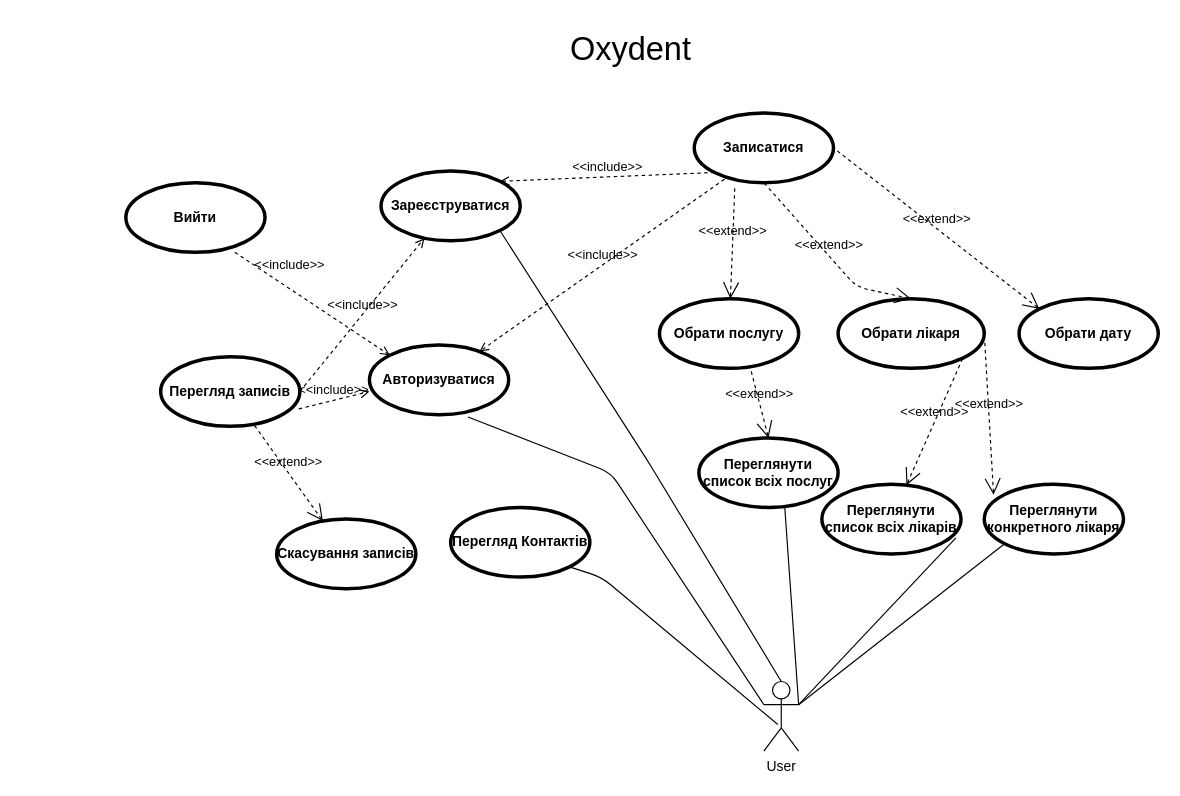
Earlier version of the draw.io diagram Oxydent(use-case).drawio (glebstratiy/diploma). Source tidied: cells renumbered, new cells numbered last; positions are measured from the earlier drawing's top-left corner, leaving out a move shared by most shapes. Both pictures are drawn from the tidied source at 116%, with x=0, y=0 at pixel (125, 20).
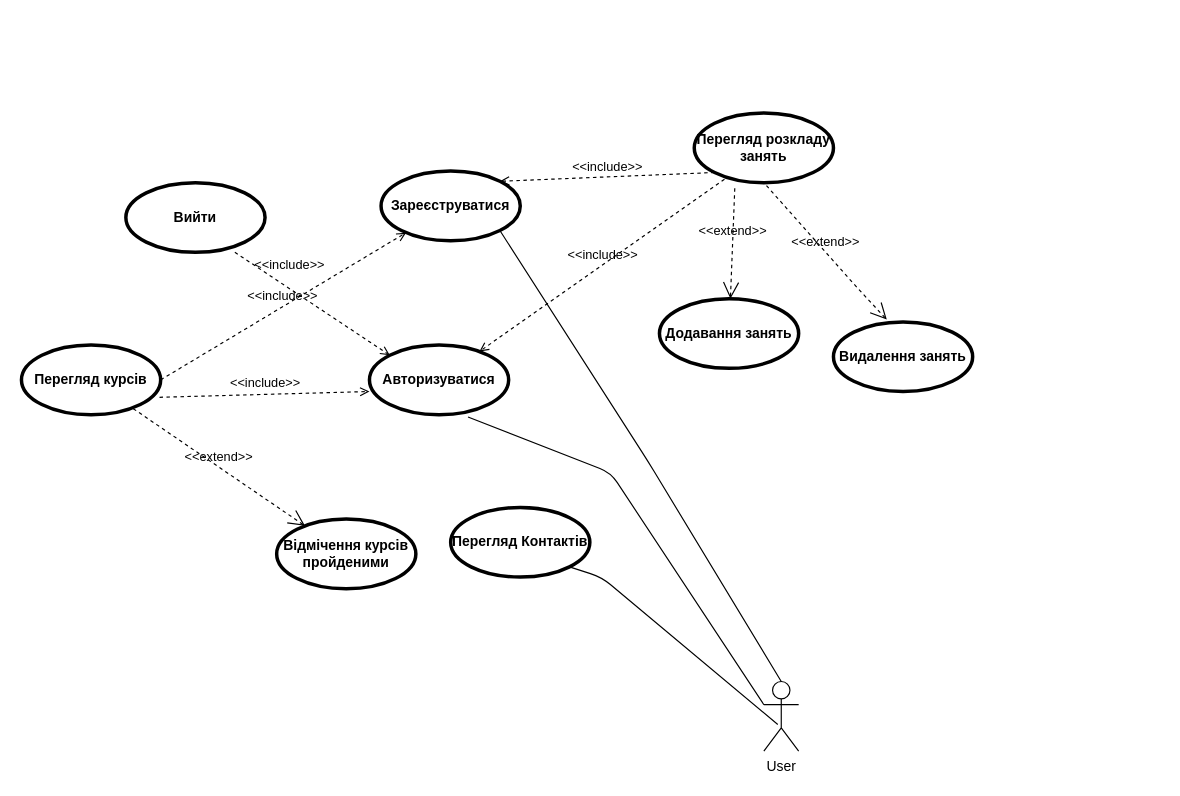
After the change.

Unchanged cells that the change refers to:
```xml
<mxCell id="2" value="User" style="shape=umlActor;html=1;verticalLabelPosition=bottom;verticalAlign=top;align=center;" parent="1" vertex="1">
  <mxGeometry x="550" y="570" width="30" height="60" as="geometry" />
</mxCell>
```

Change to the diagram source:
```diff
@@
-    <mxCell id="3" value="Скасування записів" style="shape=ellipse;html=1;strokeWidth=3;fontStyle=1;whiteSpace=wrap;align=center;perimeter=ellipsePerimeter;" parent="1" vertex="1">
+    <mxCell id="3" value="Відмічення курсів пройденими" style="shape=ellipse;html=1;strokeWidth=3;fontStyle=1;whiteSpace=wrap;align=center;perimeter=ellipsePerimeter;" parent="1" vertex="1">
       <mxGeometry x="130" y="430" width="120" height="60" as="geometry" />
     </mxCell>
-    <mxCell id="4" value="Обрати лікаря" style="shape=ellipse;html=1;strokeWidth=3;fontStyle=1;whiteSpace=wrap;align=center;perimeter=ellipsePerimeter;" parent="1" vertex="1">
-      <mxGeometry x="614" y="240" width="126" height="60" as="geometry" />
-    </mxCell>
@@
-    <mxCell id="6" value="Переглянути список всіх лікарів" style="shape=ellipse;html=1;strokeWidth=3;fontStyle=1;whiteSpace=wrap;align=center;perimeter=ellipsePerimeter;" parent="1" vertex="1">
-      <mxGeometry x="600" y="400" width="120" height="60" as="geometry" />
-    </mxCell>
-    <mxCell id="7" style="edgeStyle=none;html=1;endArrow=none;verticalAlign=bottom;exitX=1;exitY=0.3333333333333333;exitDx=0;exitDy=0;exitPerimeter=0;entryX=0.963;entryY=0.77;entryDx=0;entryDy=0;entryPerimeter=0;" parent="1" edge="1" source="2" target="6">
-      <mxGeometry relative="1" as="geometry" />
-    </mxCell>
@@
-    <mxCell id="9" value="&lt;font style=&quot;font-size: 28px;&quot;&gt;Oxydent&lt;/font&gt;" style="text;html=1;align=center;verticalAlign=middle;strokeColor=none;strokeWidth=1;" parent="1" vertex="1">
-      <mxGeometry x="370" width="130" height="50" as="geometry" />
-    </mxCell>
-    <mxCell id="10" value="Перегляд записів" style="shape=ellipse;html=1;strokeWidth=3;fontStyle=1;whiteSpace=wrap;align=center;perimeter=ellipsePerimeter;" parent="1" vertex="1">
-      <mxGeometry x="30" y="290" width="120" height="60" as="geometry" />
+    <mxCell id="10" value="Перегляд курсів" style="shape=ellipse;html=1;strokeWidth=3;fontStyle=1;whiteSpace=wrap;align=center;perimeter=ellipsePerimeter;" parent="1" vertex="1">
+      <mxGeometry x="-90" y="280" width="120" height="60" as="geometry" />
     </mxCell>
-    <mxCell id="11" value="Записатися" style="shape=ellipse;html=1;strokeWidth=3;fontStyle=1;whiteSpace=wrap;align=center;perimeter=ellipsePerimeter;" parent="1" vertex="1">
+    <mxCell id="11" value="Перегляд розкладу занять" style="shape=ellipse;html=1;strokeWidth=3;fontStyle=1;whiteSpace=wrap;align=center;perimeter=ellipsePerimeter;" parent="1" vertex="1">
       <mxGeometry x="490" y="80" width="120" height="60" as="geometry" />
     </mxCell>
@@
-    <mxCell id="14" value="&amp;lt;&amp;lt;extend&amp;gt;&amp;gt;" style="edgeStyle=none;html=1;startArrow=open;endArrow=none;startSize=12;verticalAlign=bottom;dashed=1;labelBackgroundColor=none;exitX=0.5;exitY=0;exitDx=0;exitDy=0;entryX=0.5;entryY=1;entryDx=0;entryDy=0;" parent="1" edge="1" source="4" target="11">
+    <mxCell id="14" value="&amp;lt;&amp;lt;extend&amp;gt;&amp;gt;" style="edgeStyle=none;html=1;startArrow=open;endArrow=none;startSize=12;verticalAlign=bottom;dashed=1;labelBackgroundColor=none;exitX=0.383;exitY=-0.033;exitDx=0;exitDy=0;entryX=0.5;entryY=1;entryDx=0;entryDy=0;exitPerimeter=0;" parent="1" edge="1" source="35" target="11">
       <mxGeometry relative="1" as="geometry">
         <Array as="points">
           <mxPoint x="630" y="230" />
         </Array>
       </mxGeometry>
     </mxCell>
-    <mxCell id="15" value="&amp;lt;&amp;lt;extend&amp;gt;&amp;gt;" style="edgeStyle=none;html=1;startArrow=open;endArrow=none;startSize=12;verticalAlign=bottom;dashed=1;labelBackgroundColor=none;entryX=1;entryY=1;entryDx=0;entryDy=0;" parent="1" edge="1" source="6" target="4">
-      <mxGeometry x="-0.01" relative="1" as="geometry" />
-    </mxCell>
@@
-    <mxCell id="17" value="Обрати послугу" style="shape=ellipse;html=1;strokeWidth=3;fontStyle=1;whiteSpace=wrap;align=center;perimeter=ellipsePerimeter;" parent="1" vertex="1">
+    <mxCell id="17" value="Додавання занять" style="shape=ellipse;html=1;strokeWidth=3;fontStyle=1;whiteSpace=wrap;align=center;perimeter=ellipsePerimeter;" parent="1" vertex="1">
       <mxGeometry x="460" y="240" width="120" height="60" as="geometry" />
     </mxCell>
@@
-    <mxCell id="19" value="&amp;lt;&amp;lt;extend&amp;gt;&amp;gt;" style="edgeStyle=none;html=1;startArrow=open;endArrow=none;startSize=12;verticalAlign=bottom;dashed=1;labelBackgroundColor=none;entryX=1;entryY=0.5;entryDx=0;entryDy=0;exitX=0.067;exitY=0.15;exitDx=0;exitDy=0;exitPerimeter=0;" parent="1" edge="1" source="20" target="4">
-      <mxGeometry x="-0.01" relative="1" as="geometry" />
-    </mxCell>
-    <mxCell id="20" value="Переглянути конкретного лікаря" style="shape=ellipse;html=1;strokeWidth=3;fontStyle=1;whiteSpace=wrap;align=center;perimeter=ellipsePerimeter;" parent="1" vertex="1">
-      <mxGeometry x="740" y="400" width="120" height="60" as="geometry" />
-    </mxCell>
-    <mxCell id="21" value="&amp;lt;&amp;lt;extend&amp;gt;&amp;gt;" style="edgeStyle=none;html=1;startArrow=open;endArrow=none;startSize=12;verticalAlign=bottom;dashed=1;labelBackgroundColor=none;entryX=1;entryY=0.5;entryDx=0;entryDy=0;exitX=0;exitY=0;exitDx=0;exitDy=0;" parent="1" edge="1" source="22" target="11">
-      <mxGeometry x="-0.01" relative="1" as="geometry" />
-    </mxCell>
-    <mxCell id="22" value="Обрати дату" style="shape=ellipse;html=1;strokeWidth=3;fontStyle=1;whiteSpace=wrap;align=center;perimeter=ellipsePerimeter;" parent="1" vertex="1">
-      <mxGeometry x="770" y="240" width="120" height="60" as="geometry" />
-    </mxCell>
-    <mxCell id="23" style="edgeStyle=none;html=1;endArrow=none;verticalAlign=bottom;exitX=1;exitY=0.3333333333333333;exitDx=0;exitDy=0;exitPerimeter=0;entryX=0;entryY=1;entryDx=0;entryDy=0;" parent="1" edge="1" source="2" target="20">
-      <mxGeometry relative="1" as="geometry" />
-    </mxCell>
-    <mxCell id="24" value="&amp;lt;&amp;lt;extend&amp;gt;&amp;gt;" style="edgeStyle=none;html=1;startArrow=open;endArrow=none;startSize=12;verticalAlign=bottom;dashed=1;labelBackgroundColor=none;entryX=0.658;entryY=1.033;entryDx=0;entryDy=0;entryPerimeter=0;exitX=0.5;exitY=0;exitDx=0;exitDy=0;" parent="1" edge="1" source="25" target="17">
-      <mxGeometry x="-0.01" relative="1" as="geometry" />
-    </mxCell>
-    <mxCell id="25" value="Переглянути список всіх послуг" style="shape=ellipse;html=1;strokeWidth=3;fontStyle=1;whiteSpace=wrap;align=center;perimeter=ellipsePerimeter;" parent="1" vertex="1">
-      <mxGeometry x="494" y="360" width="120" height="60" as="geometry" />
-    </mxCell>
@@
-    <mxCell id="34" style="edgeStyle=none;html=1;endArrow=none;verticalAlign=bottom;entryX=0.617;entryY=1;entryDx=0;entryDy=0;exitX=1;exitY=0.3333333333333333;exitDx=0;exitDy=0;exitPerimeter=0;entryPerimeter=0;" parent="1" edge="1" source="2" target="25">
-      <mxGeometry relative="1" as="geometry" />
-    </mxCell>
+    <mxCell id="35" value="Видалення занять" style="shape=ellipse;html=1;strokeWidth=3;fontStyle=1;whiteSpace=wrap;align=center;perimeter=ellipsePerimeter;" parent="1" vertex="1">
+      <mxGeometry x="610" y="260" width="120" height="60" as="geometry" />
+    </mxCell>
```
